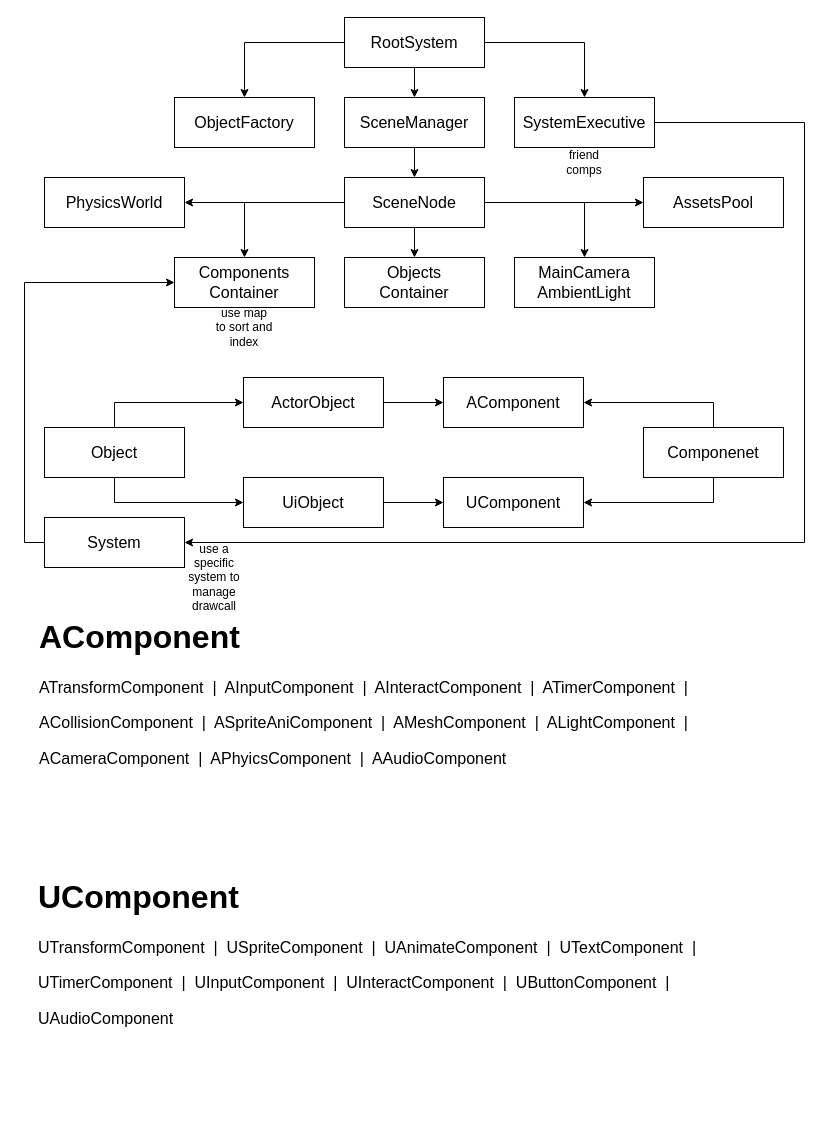
This is page "Overview" (2 of 9) of HycFrame3D.drawio from HIBICUS-CAI/HycFrame3D, a draw.io file, before an edit. Source tidied: cells renumbered, new cells numbered last; positions are measured from the earlier drawing's top-left corner, leaving out a move shared by most shapes. Both pictures are drawn from the tidied source at 100%, with x=0, y=0 at pixel (33, 17).
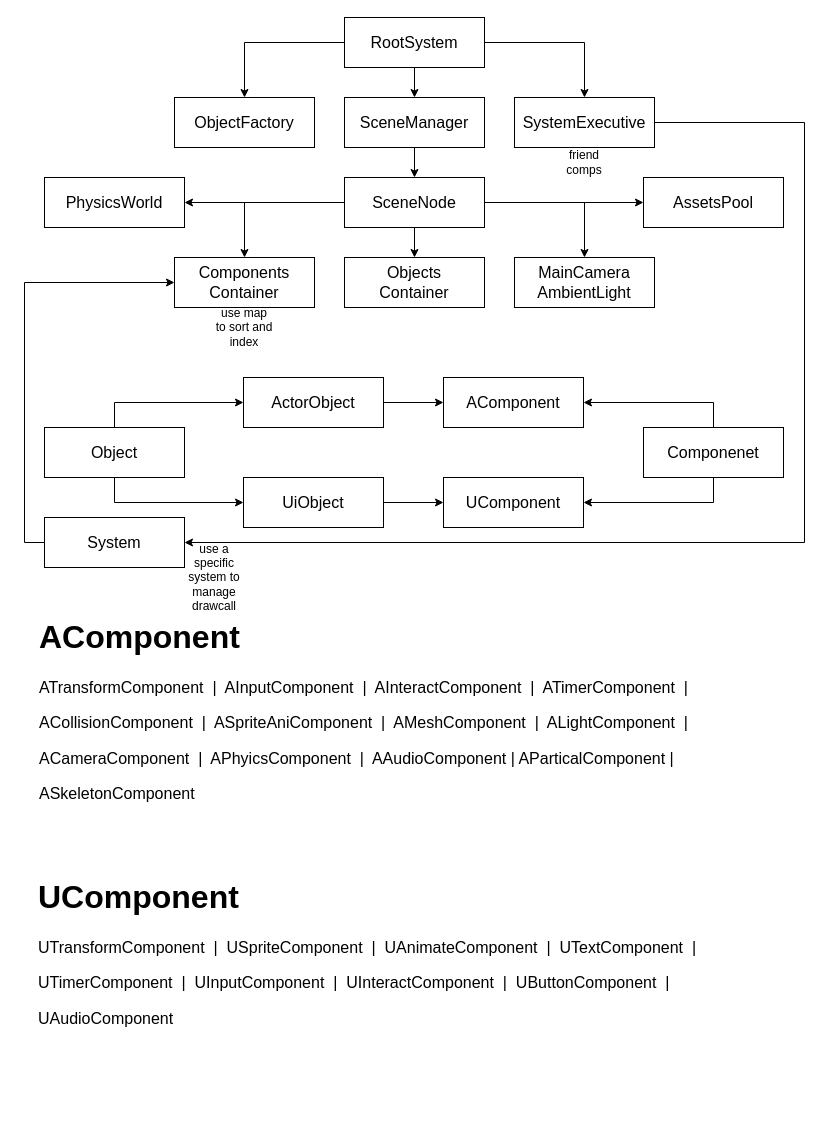
After the change.

Diff of the diagram source:
```diff
@@
-    <mxCell id="32" value="&lt;h1&gt;AComponent&lt;/h1&gt;&lt;p&gt;ATransformComponent&amp;nbsp; |&amp;nbsp; AInputComponent&amp;nbsp; |&amp;nbsp; AInteractComponent&amp;nbsp; |&amp;nbsp; ATimerComponent&amp;nbsp; |&lt;/p&gt;&lt;p&gt;ACollisionComponent&amp;nbsp; |&amp;nbsp; ASpriteAniComponent&amp;nbsp; |&amp;nbsp; AMeshComponent&amp;nbsp; |&amp;nbsp; ALightComponent&amp;nbsp; |&lt;/p&gt;&lt;p&gt;ACameraComponent&amp;nbsp; |&amp;nbsp; APhyicsComponent&amp;nbsp; |&amp;nbsp; AAudioComponent&lt;/p&gt;" style="text;html=1;strokeColor=none;fillColor=none;spacing=5;spacingTop=-20;whiteSpace=wrap;overflow=hidden;rounded=0;fontSize=16;" parent="1" vertex="1">
+    <mxCell id="32" value="&lt;h1&gt;AComponent&lt;/h1&gt;&lt;p&gt;ATransformComponent&amp;nbsp; |&amp;nbsp; AInputComponent&amp;nbsp; |&amp;nbsp; AInteractComponent&amp;nbsp; |&amp;nbsp; ATimerComponent&amp;nbsp; |&lt;/p&gt;&lt;p&gt;ACollisionComponent&amp;nbsp; |&amp;nbsp; ASpriteAniComponent&amp;nbsp; |&amp;nbsp; AMeshComponent&amp;nbsp; |&amp;nbsp; ALightComponent&amp;nbsp; |&lt;/p&gt;&lt;p&gt;ACameraComponent&amp;nbsp; |&amp;nbsp; APhyicsComponent&amp;nbsp; |&amp;nbsp; AAudioComponent | AParticalComponent |&lt;/p&gt;&lt;p&gt;ASkeletonComponent&lt;/p&gt;" style="text;html=1;strokeColor=none;fillColor=none;spacing=5;spacingTop=-20;whiteSpace=wrap;overflow=hidden;rounded=0;fontSize=16;" parent="1" vertex="1">
       <mxGeometry x="1" y="590" width="750" height="240" as="geometry" />
     </mxCell>
```
